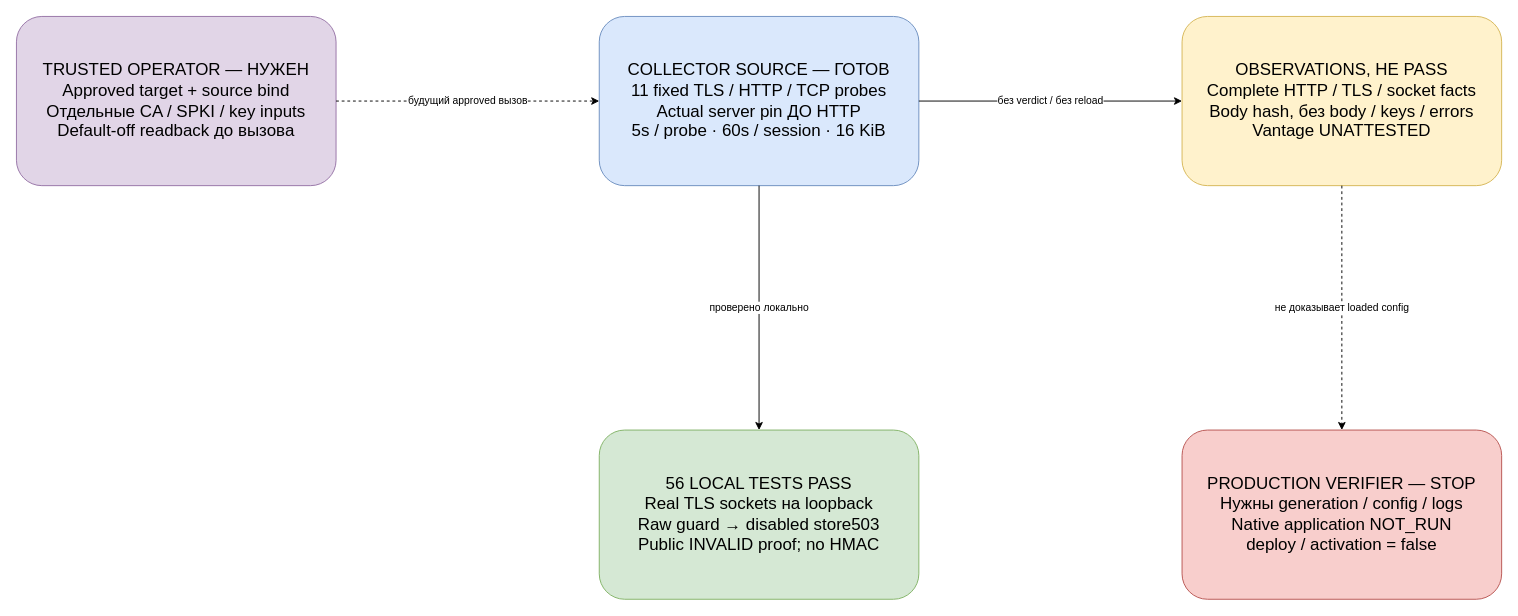
Before: page "Bounded transport collector" (9 of 10) of docs/assets/partner-game-membership-ingress-evidence.drawio in Z6v6e6r/lk, a draw.io diagram. Source tidied: cells renumbered, new cells numbered last; positions are measured from the earlier drawing's top-left corner, leaving out a move shared by most shapes. Both pictures are drawn from the tidied source at 94%, with x=0, y=0 at pixel (16, 16).
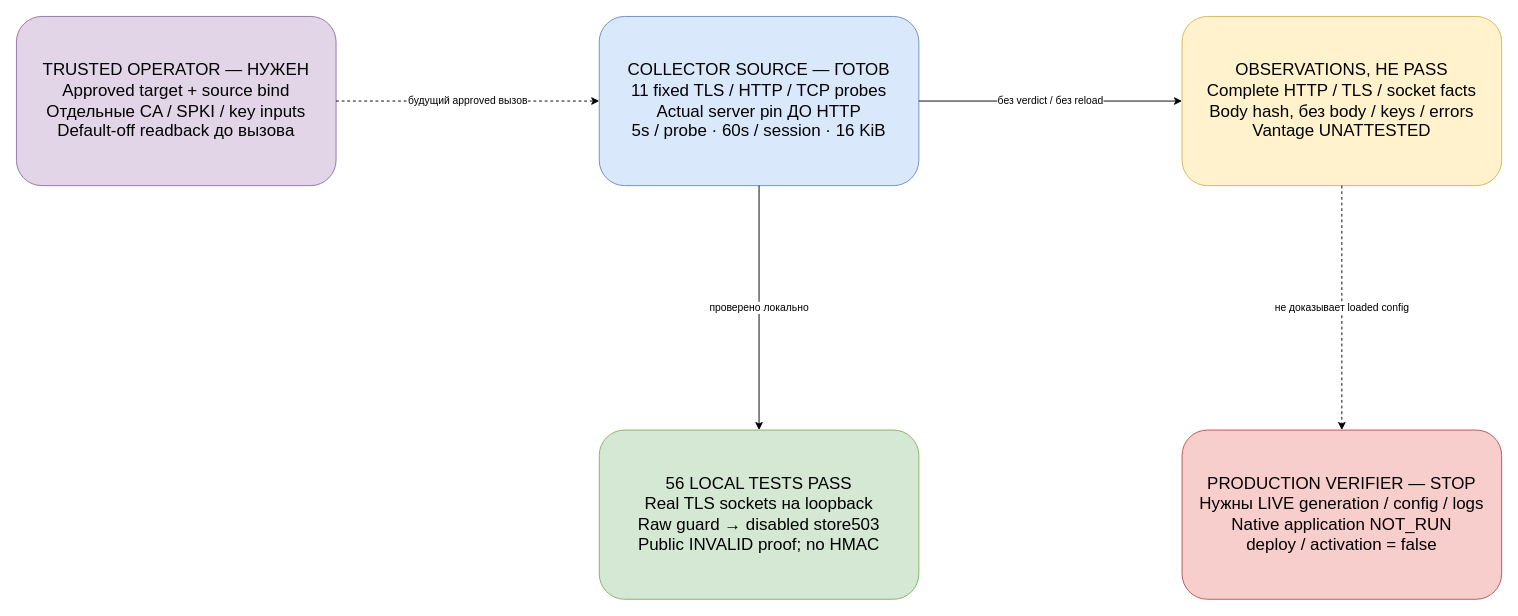
After the change.

Commit message (it also covers changes not shown here):
feat(partner): correlate local nginx generation and held log window

What changed in the source:
```diff
@@
 <mxGraphModel>
   <root>
     <mxCell id="0" />
     <mxCell id="1" parent="0" />
     <mxCell id="2" value="TRUSTED OPERATOR — НУЖЕН&#10;Approved target + source bind&#10;Отдельные CA / SPKI / key inputs&#10;Default-off readback до вызова" style="rounded=1;whiteSpace=wrap;html=1;fillColor=#e1d5e7;strokeColor=#9673a6;fontSize=18;spacing=14;" parent="1" vertex="1">
       <mxGeometry width="340" height="180" as="geometry" />
     </mxCell>
     <mxCell id="3" value="COLLECTOR SOURCE — ГОТОВ&#10;11 fixed TLS / HTTP / TCP probes&#10;Actual server pin ДО HTTP&#10;5s / probe · 60s / session · 16 KiB" style="rounded=1;whiteSpace=wrap;html=1;fillColor=#dae8fc;strokeColor=#6c8ebf;fontSize=18;spacing=14;" parent="1" vertex="1">
       <mxGeometry x="620" width="340" height="180" as="geometry" />
     </mxCell>
     <mxCell id="4" value="OBSERVATIONS, НЕ PASS&#10;Complete HTTP / TLS / socket facts&#10;Body hash, без body / keys / errors&#10;Vantage UNATTESTED" style="rounded=1;whiteSpace=wrap;html=1;fillColor=#fff2cc;strokeColor=#d6b656;fontSize=18;spacing=14;" parent="1" vertex="1">
       <mxGeometry x="1240" width="340" height="180" as="geometry" />
     </mxCell>
     <mxCell id="5" value="56 LOCAL TESTS PASS&#10;Real TLS sockets на loopback&#10;Raw guard → disabled store503&#10;Public INVALID proof; no HMAC" style="rounded=1;whiteSpace=wrap;html=1;fillColor=#d5e8d4;strokeColor=#82b366;fontSize=18;spacing=14;" parent="1" vertex="1">
       <mxGeometry x="620" y="440" width="340" height="180" as="geometry" />
     </mxCell>
-    <mxCell id="6" value="PRODUCTION VERIFIER — STOP&#10;Нужны generation / config / logs&#10;Native application NOT_RUN&#10;deploy / activation = false" style="rounded=1;whiteSpace=wrap;html=1;fillColor=#f8cecc;strokeColor=#b85450;fontSize=18;spacing=14;" parent="1" vertex="1">
+    <mxCell id="6" value="PRODUCTION VERIFIER — STOP&#10;Нужны LIVE generation / config / logs&#10;Native application NOT_RUN&#10;deploy / activation = false" style="rounded=1;whiteSpace=wrap;html=1;fillColor=#f8cecc;strokeColor=#b85450;fontSize=18;spacing=14;" parent="1" vertex="1">
       <mxGeometry x="1240" y="440" width="340" height="180" as="geometry" />
     </mxCell>
     <mxCell id="7" value="будущий approved вызов" style="edgeStyle=orthogonalEdgeStyle;rounded=1;jettySize=auto;html=1;dashed=1;exitX=1;exitY=0.5;entryX=0;entryY=0.5;" parent="1" edge="1" source="2" target="3">
       <mxGeometry relative="1" as="geometry" />
     </mxCell>
     <mxCell id="8" value="без verdict / без reload" style="edgeStyle=orthogonalEdgeStyle;rounded=1;jettySize=auto;html=1;exitX=1;exitY=0.5;entryX=0;entryY=0.5;" parent="1" edge="1" source="3" target="4">
       <mxGeometry relative="1" as="geometry" />
     </mxCell>
     <mxCell id="9" value="проверено локально" style="edgeStyle=orthogonalEdgeStyle;rounded=1;jettySize=auto;html=1;exitX=0.5;exitY=1;entryX=0.5;entryY=0;" parent="1" edge="1" source="3" target="5">
       <mxGeometry relative="1" as="geometry" />
     </mxCell>
     <mxCell id="10" value="не доказывает loaded config" style="edgeStyle=orthogonalEdgeStyle;rounded=1;jettySize=auto;html=1;dashed=1;exitX=0.5;exitY=1;entryX=0.5;entryY=0;" parent="1" edge="1" source="4" target="6">
       <mxGeometry relative="1" as="geometry" />
     </mxCell>
   </root>
 </mxGraphModel>
```
